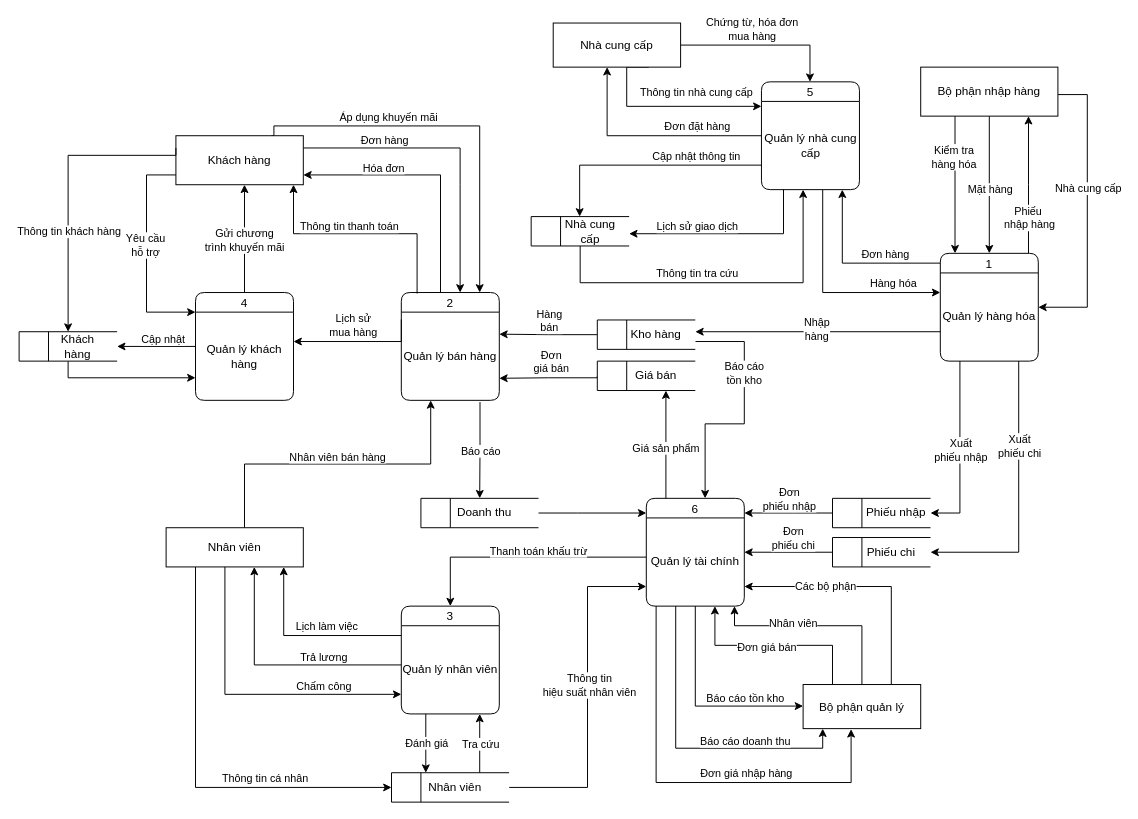
Above: DFS dinh.drawio in DatLe328/Phan-tich-thiet-ke-he-thong (draw.io), before the change. Source tidied: cells renumbered, new cells numbered last; positions are measured from the earlier drawing's top-left corner, leaving out a move shared by most shapes. Both pictures are drawn from the tidied source at 98%, with x=0, y=0 at pixel (19, 23).
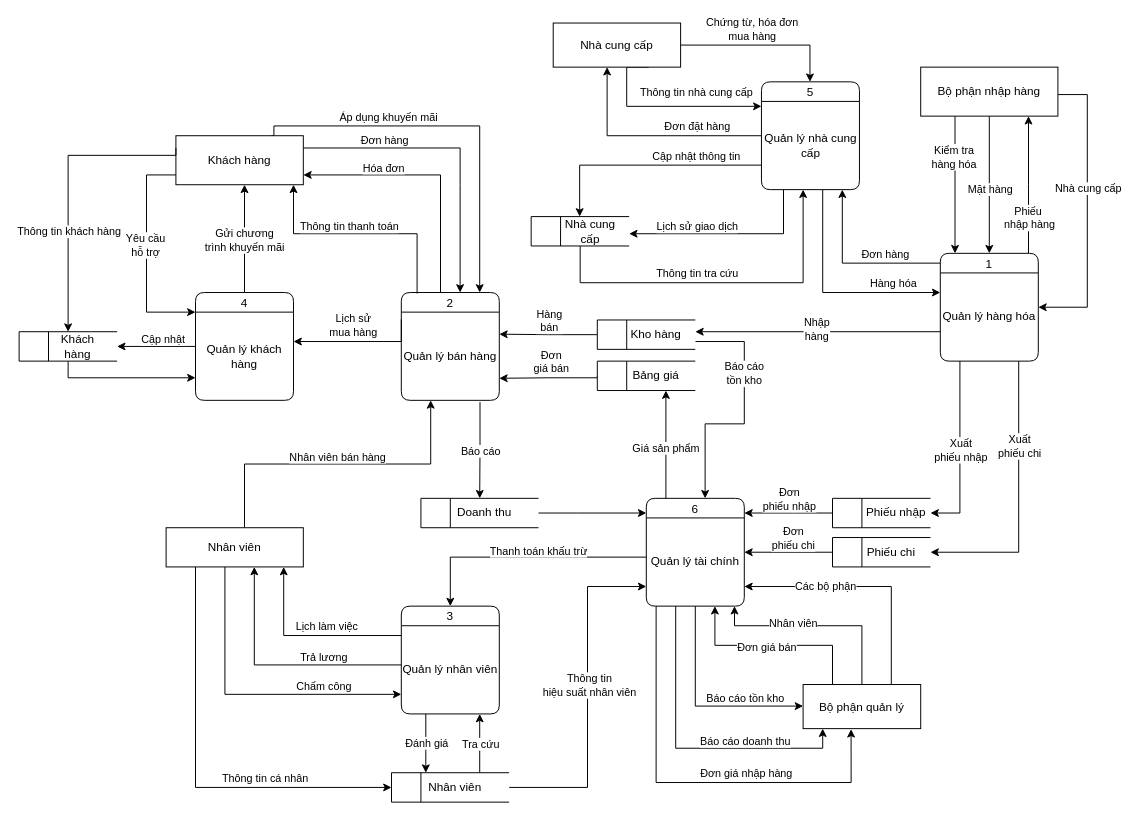
The same page after the edit.

Commit message (it also covers changes not shown here):
Cập nhật DFS dinh.drawio

What changed in the source:
```diff
@@
-    <mxCell id="73" value="Giá bán" style="text;html=1;align=center;verticalAlign=middle;whiteSpace=wrap;rounded=0;" parent="1" vertex="1">
+    <mxCell id="73" value="Bảng giá" style="text;html=1;align=center;verticalAlign=middle;whiteSpace=wrap;rounded=0;" parent="1" vertex="1">
       <mxGeometry x="620" y="345" width="60" height="30" as="geometry" />
     </mxCell>
```
